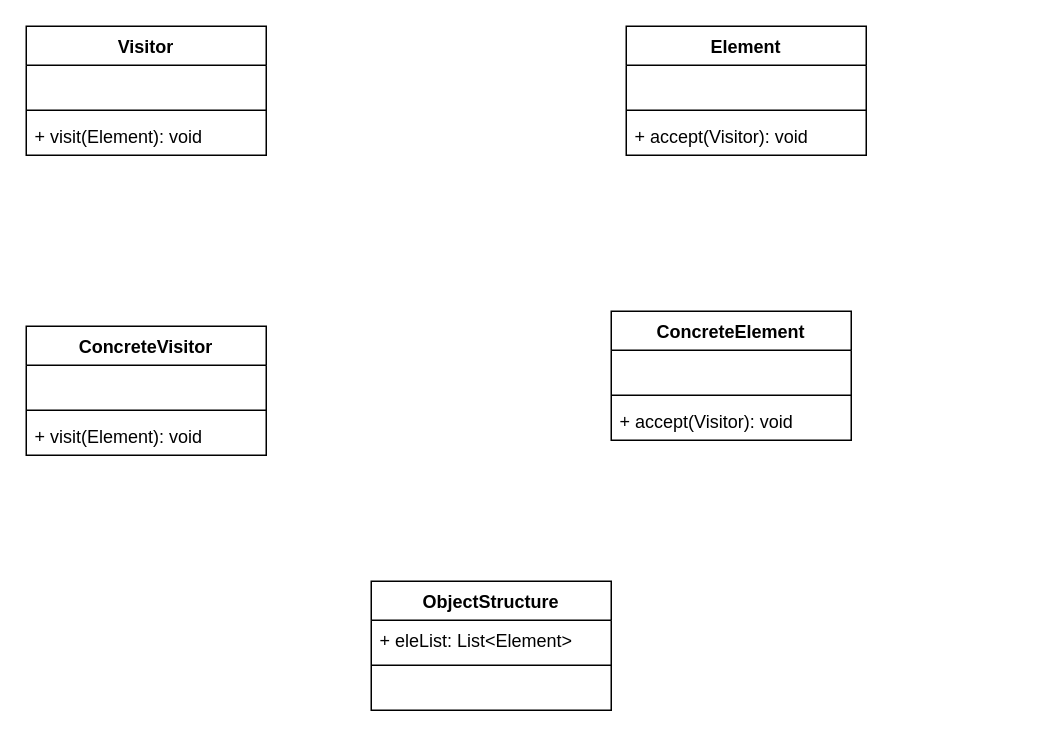
The draw.io diagram 访问者模式.drawio in xiaoguokf/draw.io, before the edit. Source tidied: cells renumbered, new cells numbered last; positions are measured from the earlier drawing's top-left corner, leaving out a move shared by most shapes. Both pictures are drawn from the tidied source at 150%, with x=0, y=0 at pixel (26, 26).
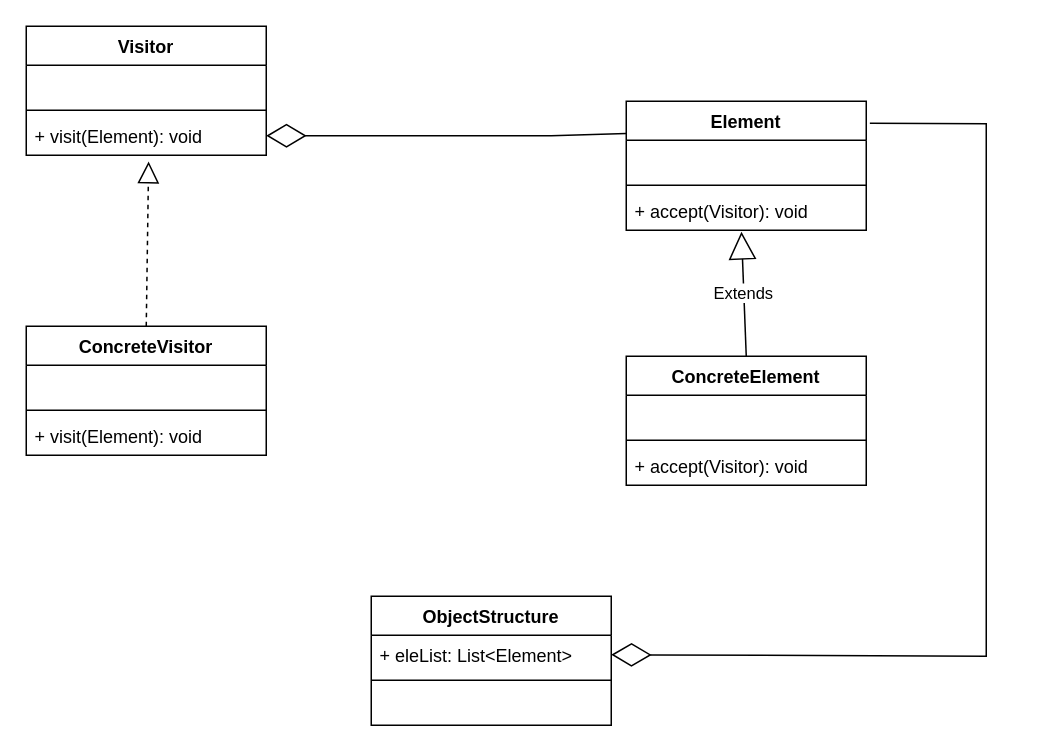
The same diagram, later.

Commit message (it also covers changes not shown here):
更新访问者模式.drawio

The change refers to these unchanged cells:
```xml
<mxCell id="5" value="+ visit(Element): void" style="text;strokeColor=none;fillColor=none;align=left;verticalAlign=top;spacingLeft=4;spacingRight=4;overflow=hidden;points=[[0,0.5],[1,0.5]];portConstraint=eastwest;" parent="2" vertex="1">
  <mxGeometry y="60" width="160" height="26" as="geometry" />
</mxCell>
<mxCell id="6" value="ConcreteVisitor" style="swimlane;fontStyle=1;align=center;verticalAlign=top;horizontal=1;startSize=26;" parent="1" vertex="1">
  <mxGeometry y="200" width="160" height="86" as="geometry" />
</mxCell>
<mxCell id="13" value="+ accept(Visitor): void" style="text;strokeColor=none;fillColor=none;align=left;verticalAlign=top;spacingLeft=4;spacingRight=4;overflow=hidden;points=[[0,0.5],[1,0.5]];portConstraint=eastwest;" parent="10" vertex="1">
  <mxGeometry y="60" width="160" height="26" as="geometry" />
</mxCell>
<mxCell id="19" value="+ eleList: List&lt;Element&gt;" style="text;strokeColor=none;fillColor=none;align=left;verticalAlign=top;spacingLeft=4;spacingRight=4;overflow=hidden;points=[[0,0.5],[1,0.5]];portConstraint=eastwest;" parent="18" vertex="1">
  <mxGeometry y="26" width="160" height="26" as="geometry" />
</mxCell>
```

The edit, as a diff of the source:
```diff
@@
     <mxCell id="10" value="Element" style="swimlane;fontStyle=1;align=center;verticalAlign=top;horizontal=1;startSize=26;" parent="1" vertex="1">
-      <mxGeometry x="400" width="160" height="86" as="geometry" />
+      <mxGeometry x="400" y="50" width="160" height="86" as="geometry" />
     </mxCell>
@@
     <mxCell id="14" value="ConcreteElement" style="swimlane;fontStyle=1;align=center;verticalAlign=top;horizontal=1;startSize=26;" parent="1" vertex="1">
-      <mxGeometry x="390" y="190" width="160" height="86" as="geometry" />
+      <mxGeometry x="400" y="220" width="160" height="86" as="geometry" />
     </mxCell>
@@
     <mxCell id="18" value="ObjectStructure" style="swimlane;fontStyle=1;align=center;verticalAlign=top;horizontal=1;startSize=26;" parent="1" vertex="1">
-      <mxGeometry x="230" y="370" width="160" height="86" as="geometry" />
+      <mxGeometry x="230" y="380" width="160" height="86" as="geometry" />
     </mxCell>
@@
+    <mxCell id="22" style="endArrow=block;dashed=1;endFill=0;endSize=12;html=1;rounded=0;exitX=0.5;exitY=0;exitDx=0;exitDy=0;entryX=0.51;entryY=1.162;entryDx=0;entryDy=0;entryPerimeter=0;" parent="1" edge="1" source="6" target="5">
+      <mxGeometry relative="1" as="geometry" />
+    </mxCell>
+    <mxCell id="23" value="Extends" style="endArrow=block;endSize=16;endFill=0;html=1;rounded=0;exitX=0.5;exitY=0;exitDx=0;exitDy=0;entryX=0.48;entryY=1.038;entryDx=0;entryDy=0;entryPerimeter=0;" parent="1" edge="1" source="14" target="13">
+      <mxGeometry relative="1" as="geometry" />
+    </mxCell>
+    <mxCell id="24" style="endArrow=diamondThin;endFill=0;endSize=24;html=1;rounded=0;entryX=1;entryY=0.5;entryDx=0;entryDy=0;exitX=0;exitY=0.25;exitDx=0;exitDy=0;" parent="1" edge="1" source="10" target="5">
+      <mxGeometry relative="1" as="geometry">
+        <Array as="points">
+          <mxPoint x="350" y="73" />
+        </Array>
+      </mxGeometry>
+    </mxCell>
+    <mxCell id="25" style="endArrow=diamondThin;endFill=0;endSize=24;html=1;rounded=0;entryX=1;entryY=0.5;entryDx=0;entryDy=0;exitX=1.015;exitY=0.17;exitDx=0;exitDy=0;exitPerimeter=0;" parent="1" edge="1" source="10" target="19">
+      <mxGeometry relative="1" as="geometry">
+        <Array as="points">
+          <mxPoint x="640" y="65" />
+          <mxPoint x="640" y="420" />
+        </Array>
+      </mxGeometry>
+    </mxCell>
```
